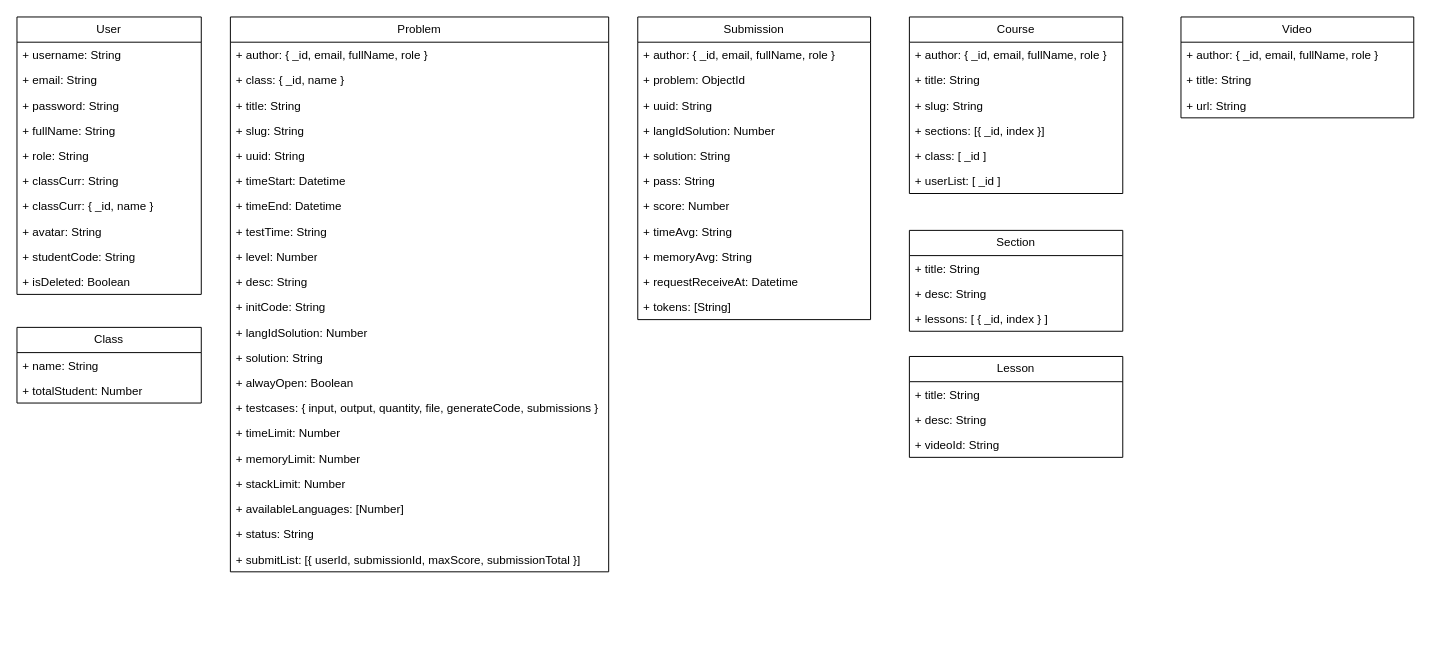
Before: vnoi-db-schema.drawio in leho-dev/vnoi-db-schema, a draw.io diagram. Source tidied: cells renumbered, new cells numbered last; positions are measured from the earlier drawing's top-left corner, leaving out a move shared by most shapes. Both pictures are drawn from the tidied source at 97%, with x=0, y=0 at pixel (16, 16).
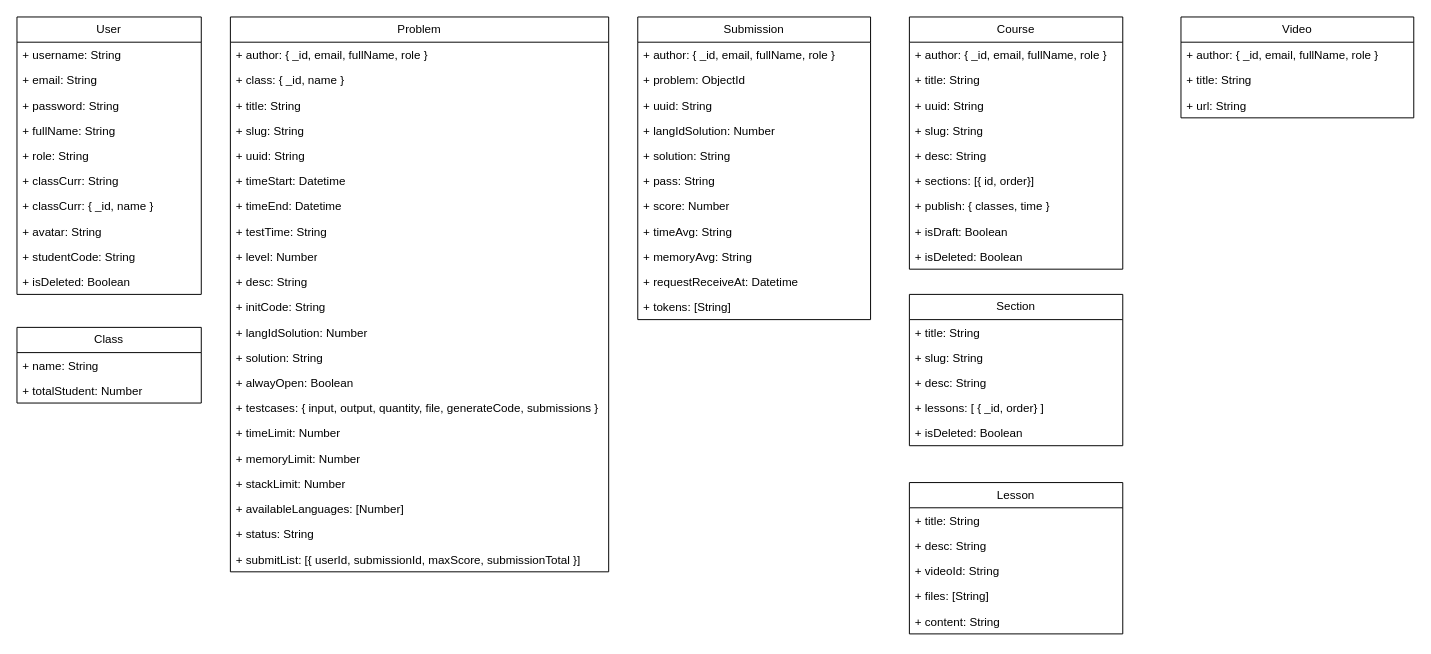
After the change.

Commit message:
feat: update fields course model

Diff of the diagram source:
```diff
@@
     <mxCell id="54" value="Course" style="swimlane;fontStyle=0;horizontal=1;startSize=26;fillColor=none;whiteSpace=wrap;html=1;" parent="1" vertex="1">
-      <mxGeometry x="920" width="220" height="182" as="geometry" />
+      <mxGeometry x="920" width="220" height="260" as="geometry" />
     </mxCell>
@@
+    <mxCell id="69" value="+ uuid: String" style="text;strokeColor=none;fillColor=none;align=left;verticalAlign=top;spacingLeft=4;spacingRight=4;overflow=hidden;whiteSpace=wrap;html=1;" parent="54" vertex="1">
+      <mxGeometry y="78" width="220" height="26" as="geometry" />
+    </mxCell>
     <mxCell id="57" value="+ slug: String" style="text;strokeColor=none;fillColor=none;align=left;verticalAlign=top;spacingLeft=4;spacingRight=4;overflow=hidden;whiteSpace=wrap;html=1;" parent="54" vertex="1">
-      <mxGeometry y="78" width="220" height="26" as="geometry" />
+      <mxGeometry y="104" width="220" height="26" as="geometry" />
     </mxCell>
+    <mxCell id="70" value="+ desc: String" style="text;strokeColor=none;fillColor=none;align=left;verticalAlign=top;spacingLeft=4;spacingRight=4;overflow=hidden;whiteSpace=wrap;html=1;" parent="54" vertex="1">
+      <mxGeometry y="130" width="220" height="26" as="geometry" />
+    </mxCell>
-    <mxCell id="58" value="+ sections: [{ _id, index }]" style="text;strokeColor=none;fillColor=none;align=left;verticalAlign=top;spacingLeft=4;spacingRight=4;overflow=hidden;whiteSpace=wrap;html=1;" parent="54" vertex="1">
-      <mxGeometry y="104" width="220" height="26" as="geometry" />
+    <mxCell id="58" value="+ sections: [{ id, order}]" style="text;strokeColor=none;fillColor=none;align=left;verticalAlign=top;spacingLeft=4;spacingRight=4;overflow=hidden;whiteSpace=wrap;html=1;" parent="54" vertex="1">
+      <mxGeometry y="156" width="220" height="26" as="geometry" />
     </mxCell>
-    <mxCell id="59" value="+ class: [ _id ]" style="text;strokeColor=none;fillColor=none;align=left;verticalAlign=top;spacingLeft=4;spacingRight=4;overflow=hidden;whiteSpace=wrap;html=1;" parent="54" vertex="1">
-      <mxGeometry y="130" width="220" height="26" as="geometry" />
+    <mxCell id="59" value="+ publish: { classes, time }" style="text;strokeColor=none;fillColor=none;align=left;verticalAlign=top;spacingLeft=4;spacingRight=4;overflow=hidden;whiteSpace=wrap;html=1;" parent="54" vertex="1">
+      <mxGeometry y="182" width="220" height="26" as="geometry" />
     </mxCell>
-    <mxCell id="60" value="+ userList: [ _id ]" style="text;strokeColor=none;fillColor=none;align=left;verticalAlign=top;spacingLeft=4;spacingRight=4;overflow=hidden;whiteSpace=wrap;html=1;" parent="54" vertex="1">
-      <mxGeometry y="156" width="220" height="26" as="geometry" />
+    <mxCell id="60" value="+ isDraft: Boolean" style="text;strokeColor=none;fillColor=none;align=left;verticalAlign=top;spacingLeft=4;spacingRight=4;overflow=hidden;whiteSpace=wrap;html=1;" parent="54" vertex="1">
+      <mxGeometry y="208" width="220" height="26" as="geometry" />
     </mxCell>
+    <mxCell id="71" value="+ isDeleted: Boolean" style="text;strokeColor=none;fillColor=none;align=left;verticalAlign=top;spacingLeft=4;spacingRight=4;overflow=hidden;whiteSpace=wrap;html=1;" parent="54" vertex="1">
+      <mxGeometry y="234" width="220" height="26" as="geometry" />
+    </mxCell>
     <mxCell id="61" value="Section" style="swimlane;fontStyle=0;horizontal=1;startSize=26;fillColor=none;whiteSpace=wrap;html=1;" parent="1" vertex="1">
-      <mxGeometry x="920" y="220" width="220" height="104" as="geometry" />
+      <mxGeometry x="920" y="286" width="220" height="156" as="geometry" />
     </mxCell>
@@
+    <mxCell id="72" value="+ slug: String" style="text;strokeColor=none;fillColor=none;align=left;verticalAlign=top;spacingLeft=4;spacingRight=4;overflow=hidden;whiteSpace=wrap;html=1;" parent="61" vertex="1">
+      <mxGeometry y="52" width="220" height="26" as="geometry" />
+    </mxCell>
     <mxCell id="63" value="+ desc: String" style="text;strokeColor=none;fillColor=none;align=left;verticalAlign=top;spacingLeft=4;spacingRight=4;overflow=hidden;whiteSpace=wrap;html=1;" parent="61" vertex="1">
-      <mxGeometry y="52" width="220" height="26" as="geometry" />
+      <mxGeometry y="78" width="220" height="26" as="geometry" />
     </mxCell>
-    <mxCell id="64" value="+ lessons: [ { _id, index } ]" style="text;strokeColor=none;fillColor=none;align=left;verticalAlign=top;spacingLeft=4;spacingRight=4;overflow=hidden;whiteSpace=wrap;html=1;" parent="61" vertex="1">
-      <mxGeometry y="78" width="220" height="26" as="geometry" />
+    <mxCell id="64" value="+ lessons: [ { _id, order} ]" style="text;strokeColor=none;fillColor=none;align=left;verticalAlign=top;spacingLeft=4;spacingRight=4;overflow=hidden;whiteSpace=wrap;html=1;" parent="61" vertex="1">
+      <mxGeometry y="104" width="220" height="26" as="geometry" />
     </mxCell>
+    <mxCell id="73" value="+ isDeleted: Boolean" style="text;strokeColor=none;fillColor=none;align=left;verticalAlign=top;spacingLeft=4;spacingRight=4;overflow=hidden;whiteSpace=wrap;html=1;" parent="61" vertex="1">
+      <mxGeometry y="130" width="220" height="26" as="geometry" />
+    </mxCell>
     <mxCell id="65" value="Lesson" style="swimlane;fontStyle=0;horizontal=1;startSize=26;fillColor=none;whiteSpace=wrap;html=1;" parent="1" vertex="1">
-      <mxGeometry x="920" y="350" width="220" height="104" as="geometry" />
+      <mxGeometry x="920" y="480" width="220" height="156" as="geometry" />
     </mxCell>
@@
+    <mxCell id="74" value="+ files: [String]" style="text;strokeColor=none;fillColor=none;align=left;verticalAlign=top;spacingLeft=4;spacingRight=4;overflow=hidden;whiteSpace=wrap;html=1;" parent="65" vertex="1">
+      <mxGeometry y="104" width="220" height="26" as="geometry" />
+    </mxCell>
+    <mxCell id="75" value="+ content: String" style="text;strokeColor=none;fillColor=none;align=left;verticalAlign=top;spacingLeft=4;spacingRight=4;overflow=hidden;whiteSpace=wrap;html=1;" parent="65" vertex="1">
+      <mxGeometry y="130" width="220" height="26" as="geometry" />
+    </mxCell>
```
